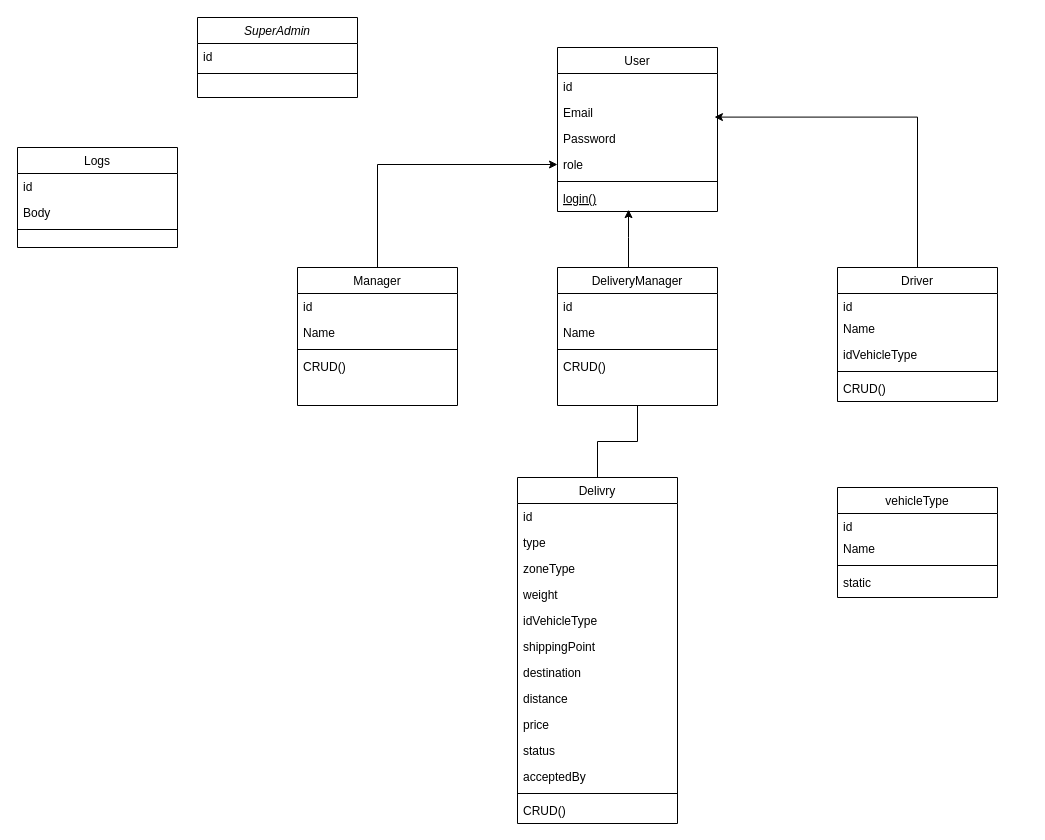
The draw.io diagram uml/class diagram.drawio in hicham-elkamouni/DeliveryManagementSystem, before the edit. Source tidied: cells renumbered, new cells numbered last; positions are measured from the earlier drawing's top-left corner, leaving out a move shared by most shapes. Both pictures are drawn from the tidied source at 100%, with x=0, y=0 at pixel (17, 17).
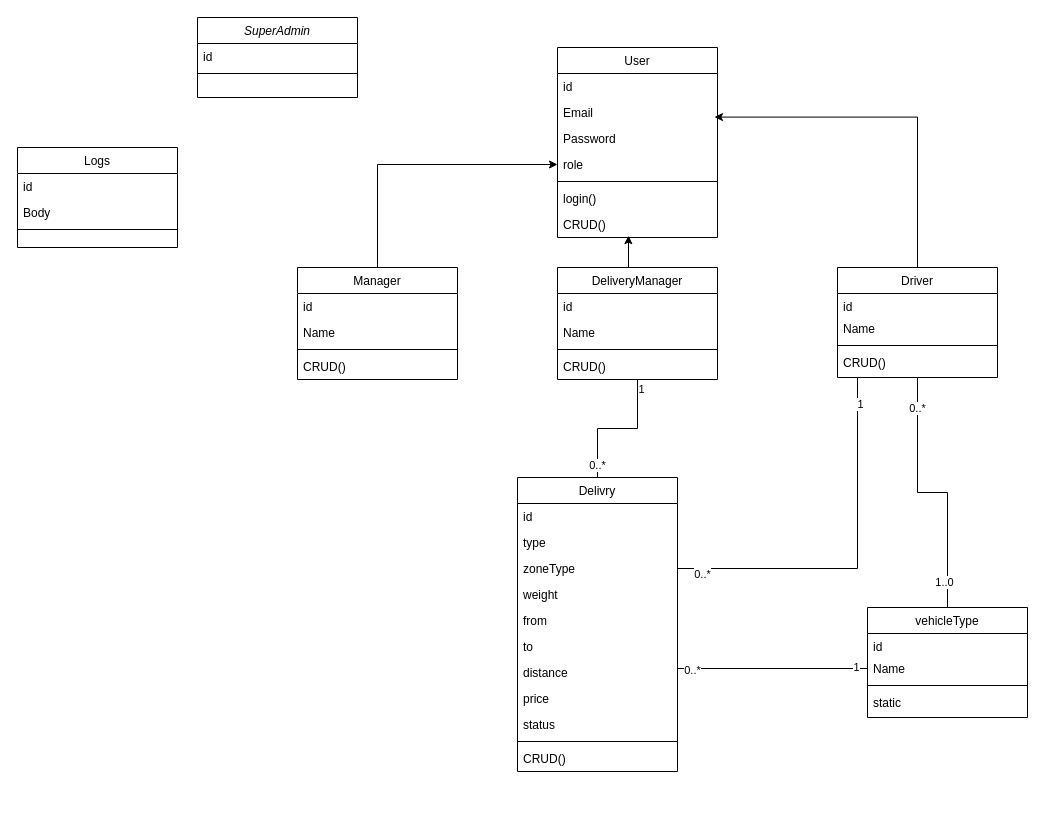
After the change.

Commit message (it also covers changes not shown here):
updating class diagram

Unchanged cells that the change refers to:
```xml
<mxCell id="26" style="edgeStyle=orthogonalEdgeStyle;rounded=0;jettySize=auto;html=1;entryX=0.5;entryY=0;entryDx=0;entryDy=0;endArrow=none;endFill=0;" parent="1" edge="1" source="27" target="36">
  <mxGeometry relative="1" as="geometry" />
</mxCell>
<mxCell id="39" value="zoneType" style="text;align=left;verticalAlign=top;spacingLeft=4;spacingRight=4;overflow=hidden;points=[[0,0.5],[1,0.5]];portConstraint=eastwest;rounded=0;shadow=0;html=0;" parent="36" vertex="1">
  <mxGeometry y="78" width="160" height="26" as="geometry" />
</mxCell>
<mxCell id="52" value="Name" style="text;align=left;verticalAlign=top;spacingLeft=4;spacingRight=4;overflow=hidden;points=[[0,0.5],[1,0.5]];portConstraint=eastwest;rounded=0;shadow=0;html=0;" parent="50" vertex="1">
  <mxGeometry y="48" width="160" height="26" as="geometry" />
</mxCell>
```

The edit, as a diff of the source:
```diff
@@
     <mxCell id="5" value="User" style="swimlane;fontStyle=0;align=center;verticalAlign=top;horizontal=1;startSize=26;rounded=0;shadow=0;strokeWidth=1;" parent="1" vertex="1">
-      <mxGeometry x="540" y="30" width="160" height="164" as="geometry" />
+      <mxGeometry x="540" y="30" width="160" height="190" as="geometry" />
     </mxCell>
@@
+    <mxCell id="55" value="login()&#10;" style="text;align=left;verticalAlign=top;spacingLeft=4;spacingRight=4;overflow=hidden;fontStyle=0;" parent="5" vertex="1">
+      <mxGeometry y="138" width="160" height="26" as="geometry" />
+    </mxCell>
-    <mxCell id="11" value="login()" style="text;align=left;verticalAlign=top;spacingLeft=4;spacingRight=4;overflow=hidden;points=[[0,0.5],[1,0.5]];portConstraint=eastwest;fontStyle=4;" parent="5" vertex="1">
-      <mxGeometry y="138" width="160" height="26" as="geometry" />
+    <mxCell id="11" value="CRUD()&#10;" style="text;align=left;verticalAlign=top;spacingLeft=4;spacingRight=4;overflow=hidden;points=[[0,0.5],[1,0.5]];portConstraint=eastwest;fontStyle=0;" parent="5" vertex="1">
+      <mxGeometry y="164" width="160" height="26" as="geometry" />
     </mxCell>
@@
     <mxCell id="13" value="Manager&#10;" style="swimlane;fontStyle=0;align=center;verticalAlign=top;horizontal=1;startSize=26;rounded=0;shadow=0;strokeWidth=1;" parent="1" vertex="1">
-      <mxGeometry x="280" y="250" width="160" height="138" as="geometry" />
+      <mxGeometry x="280" y="250" width="160" height="112" as="geometry" />
     </mxCell>
@@
+    <mxCell id="56" style="edgeStyle=orthogonalEdgeStyle;rounded=0;jettySize=auto;html=1;entryX=1;entryY=0.5;entryDx=0;entryDy=0;endArrow=none;endFill=0;" parent="1" edge="1" source="19" target="39">
+      <mxGeometry relative="1" as="geometry">
+        <Array as="points">
+          <mxPoint x="840" y="551" />
+        </Array>
+      </mxGeometry>
+    </mxCell>
+    <mxCell id="57" value="0..*" style="edgeLabel;html=1;align=center;verticalAlign=middle;" parent="56" vertex="1">
+      <mxGeometry x="0.87" y="5" relative="1" as="geometry" />
+    </mxCell>
+    <mxCell id="58" value="1" style="edgeLabel;html=1;align=center;verticalAlign=middle;" parent="56" vertex="1">
+      <mxGeometry x="-0.86" y="2" relative="1" as="geometry" />
+    </mxCell>
     <mxCell id="19" value="Driver" style="swimlane;fontStyle=0;align=center;verticalAlign=top;horizontal=1;startSize=26;rounded=0;shadow=0;strokeWidth=1;" parent="1" vertex="1">
-      <mxGeometry x="820" y="250" width="160" height="134" as="geometry" />
+      <mxGeometry x="820" y="250" width="160" height="110" as="geometry" />
     </mxCell>
@@
-    <mxCell id="22" value="idVehicleType" style="text;align=left;verticalAlign=top;spacingLeft=4;spacingRight=4;overflow=hidden;rounded=0;shadow=0;html=0;" parent="19" vertex="1">
-      <mxGeometry y="74" width="160" height="26" as="geometry" />
-    </mxCell>
     <mxCell id="23" style="line;html=1;strokeWidth=1;align=left;verticalAlign=middle;spacingTop=-1;spacingLeft=3;spacingRight=3;labelPosition=right;" parent="19" vertex="1">
-      <mxGeometry y="100" width="160" height="8" as="geometry" />
+      <mxGeometry y="74" width="160" height="8" as="geometry" />
     </mxCell>
     <mxCell id="24" value="CRUD()" style="text;align=left;verticalAlign=top;spacingLeft=4;spacingRight=4;overflow=hidden;" parent="19" vertex="1">
-      <mxGeometry y="108" width="160" height="26" as="geometry" />
+      <mxGeometry y="82" width="160" height="26" as="geometry" />
     </mxCell>
@@
+    <mxCell id="59" value="0..*" style="edgeLabel;html=1;align=center;verticalAlign=middle;" parent="26" vertex="1">
+      <mxGeometry x="0.81" y="-1" relative="1" as="geometry" />
+    </mxCell>
+    <mxCell id="60" value="1" style="edgeLabel;html=1;align=center;verticalAlign=middle;" parent="26" vertex="1">
+      <mxGeometry x="-0.87" y="3" relative="1" as="geometry" />
+    </mxCell>
     <mxCell id="27" value="DeliveryManager&#10;" style="swimlane;fontStyle=0;align=center;verticalAlign=top;horizontal=1;startSize=26;rounded=0;shadow=0;strokeWidth=1;" parent="1" vertex="1">
-      <mxGeometry x="540" y="250" width="160" height="138" as="geometry" />
+      <mxGeometry x="540" y="250" width="160" height="112" as="geometry" />
     </mxCell>
@@
     <mxCell id="36" value="Delivry" style="swimlane;fontStyle=0;align=center;verticalAlign=top;horizontal=1;startSize=26;rounded=0;shadow=0;strokeWidth=1;" parent="1" vertex="1">
-      <mxGeometry x="500" y="460" width="160" height="346" as="geometry" />
+      <mxGeometry x="500" y="460" width="160" height="294" as="geometry" />
     </mxCell>
@@
-    <mxCell id="41" value="idVehicleType" style="text;align=left;verticalAlign=top;spacingLeft=4;spacingRight=4;overflow=hidden;rounded=0;shadow=0;html=0;" parent="36" vertex="1">
-      <mxGeometry y="130" width="160" height="26" as="geometry" />
-    </mxCell>
-    <mxCell id="42" value="shippingPoint" style="text;align=left;verticalAlign=top;spacingLeft=4;spacingRight=4;overflow=hidden;rounded=0;shadow=0;html=0;" parent="36" vertex="1">
-      <mxGeometry y="156" width="160" height="26" as="geometry" />
+    <mxCell id="42" value="from" style="text;align=left;verticalAlign=top;spacingLeft=4;spacingRight=4;overflow=hidden;rounded=0;shadow=0;html=0;" parent="36" vertex="1">
+      <mxGeometry y="130" width="160" height="26" as="geometry" />
     </mxCell>
-    <mxCell id="43" value="destination" style="text;align=left;verticalAlign=top;spacingLeft=4;spacingRight=4;overflow=hidden;rounded=0;shadow=0;html=0;" parent="36" vertex="1">
-      <mxGeometry y="182" width="160" height="26" as="geometry" />
+    <mxCell id="43" value="to" style="text;align=left;verticalAlign=top;spacingLeft=4;spacingRight=4;overflow=hidden;rounded=0;shadow=0;html=0;" parent="36" vertex="1">
+      <mxGeometry y="156" width="160" height="26" as="geometry" />
     </mxCell>
     <mxCell id="44" value="distance" style="text;align=left;verticalAlign=top;spacingLeft=4;spacingRight=4;overflow=hidden;rounded=0;shadow=0;html=0;" parent="36" vertex="1">
-      <mxGeometry y="208" width="160" height="26" as="geometry" />
+      <mxGeometry y="182" width="160" height="26" as="geometry" />
     </mxCell>
     <mxCell id="45" value="price" style="text;align=left;verticalAlign=top;spacingLeft=4;spacingRight=4;overflow=hidden;rounded=0;shadow=0;html=0;" parent="36" vertex="1">
-      <mxGeometry y="234" width="160" height="26" as="geometry" />
+      <mxGeometry y="208" width="160" height="26" as="geometry" />
     </mxCell>
     <mxCell id="46" value="status" style="text;align=left;verticalAlign=top;spacingLeft=4;spacingRight=4;overflow=hidden;rounded=0;shadow=0;html=0;" parent="36" vertex="1">
-      <mxGeometry y="260" width="160" height="26" as="geometry" />
+      <mxGeometry y="234" width="160" height="26" as="geometry" />
     </mxCell>
-    <mxCell id="47" value="acceptedBy" style="text;align=left;verticalAlign=top;spacingLeft=4;spacingRight=4;overflow=hidden;rounded=0;shadow=0;html=0;" parent="36" vertex="1">
-      <mxGeometry y="286" width="160" height="26" as="geometry" />
-    </mxCell>
     <mxCell id="48" style="line;html=1;strokeWidth=1;align=left;verticalAlign=middle;spacingTop=-1;spacingLeft=3;spacingRight=3;labelPosition=right;" parent="36" vertex="1">
-      <mxGeometry y="312" width="160" height="8" as="geometry" />
+      <mxGeometry y="260" width="160" height="8" as="geometry" />
     </mxCell>
     <mxCell id="49" value="CRUD()" style="text;align=left;verticalAlign=top;spacingLeft=4;spacingRight=4;overflow=hidden;" parent="36" vertex="1">
-      <mxGeometry y="320" width="160" height="26" as="geometry" />
+      <mxGeometry y="268" width="160" height="26" as="geometry" />
     </mxCell>
+    <mxCell id="61" style="edgeStyle=orthogonalEdgeStyle;rounded=0;jettySize=auto;html=1;endArrow=none;endFill=0;entryX=0.5;entryY=1;entryDx=0;entryDy=0;" parent="1" edge="1" source="50" target="19">
+      <mxGeometry relative="1" as="geometry" />
+    </mxCell>
+    <mxCell id="62" value="1..0" style="edgeLabel;html=1;align=center;verticalAlign=middle;" parent="61" vertex="1">
+      <mxGeometry x="-0.8" y="4" relative="1" as="geometry" />
+    </mxCell>
+    <mxCell id="63" value="0..*" style="edgeLabel;html=1;align=center;verticalAlign=middle;" parent="61" vertex="1">
+      <mxGeometry x="0.77" y="1" relative="1" as="geometry" />
+    </mxCell>
     <mxCell id="50" value="vehicleType" style="swimlane;fontStyle=0;align=center;verticalAlign=top;horizontal=1;startSize=26;rounded=0;shadow=0;strokeWidth=1;" parent="1" vertex="1">
-      <mxGeometry x="820" y="470" width="160" height="110" as="geometry" />
+      <mxGeometry x="850" y="590" width="160" height="110" as="geometry" />
     </mxCell>
@@
+    <mxCell id="64" style="edgeStyle=orthogonalEdgeStyle;rounded=0;jettySize=auto;html=1;endArrow=none;endFill=0;" parent="1" edge="1" source="52">
+      <mxGeometry relative="1" as="geometry">
+        <mxPoint x="660" y="651" as="targetPoint" />
+        <Array as="points">
+          <mxPoint x="660" y="651" />
+        </Array>
+      </mxGeometry>
+    </mxCell>
+    <mxCell id="65" value="0..*" style="edgeLabel;html=1;align=center;verticalAlign=middle;" parent="64" vertex="1">
+      <mxGeometry x="0.85" y="1" relative="1" as="geometry" />
+    </mxCell>
+    <mxCell id="66" value="1" style="edgeLabel;html=1;align=center;verticalAlign=middle;" parent="64" vertex="1">
+      <mxGeometry x="-0.87" y="-2" relative="1" as="geometry" />
+    </mxCell>
```
